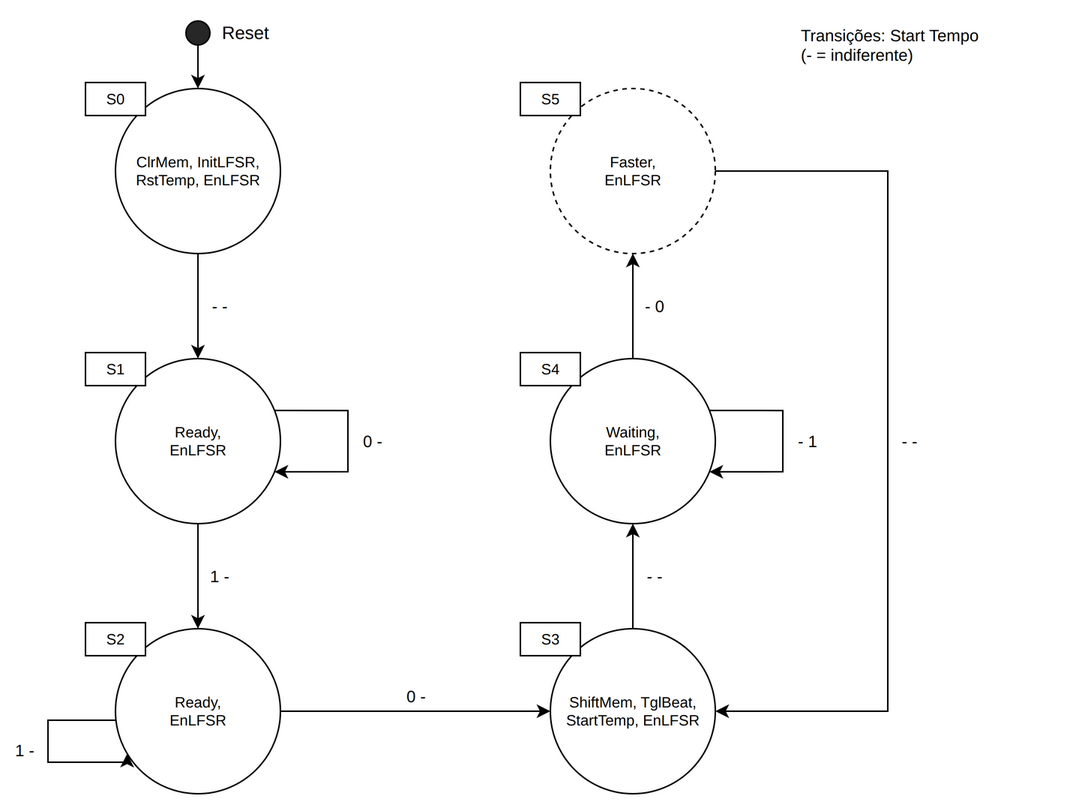
dieguscl/sd2 keeps this draw.io diagram as lab2/relatorio/figuras/diagrama_estados.png. Above is the earlier version. Source tidied: cells renumbered, new cells last; positions are measured from the earlier drawing's top-left corner, leaving out a move shared by most shapes.
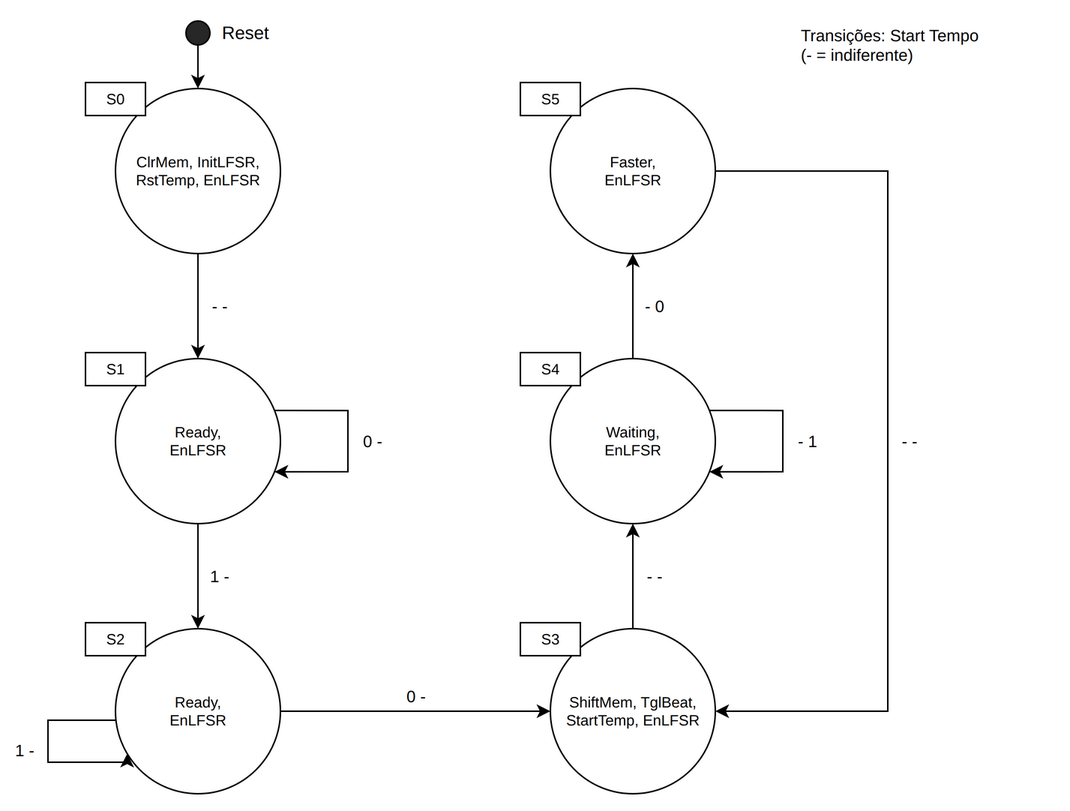
Above is the later version.

Commit message:
Lab2: S5 a cheio no fluxograma e no diagrama de estados

Change to the diagram source:
```diff
@@ -38,7 +38,7 @@
     <mxCell id="13" value="S4" style="rounded=0;whiteSpace=wrap;html=1;fontSize=10;" parent="1" vertex="1">
       <mxGeometry x="315" y="225" width="40" height="22" as="geometry" />
     </mxCell>
-    <mxCell id="14" value="Faster,&lt;br&gt;EnLFSR" style="ellipse;whiteSpace=wrap;html=1;fontSize=10;dashed=1;" parent="1" vertex="1">
+    <mxCell id="14" value="Faster,&lt;br&gt;EnLFSR" style="ellipse;whiteSpace=wrap;html=1;fontSize=10;" parent="1" vertex="1">
       <mxGeometry x="335" y="49" width="110" height="110" as="geometry" />
     </mxCell>
     <mxCell id="15" value="S5" style="rounded=0;whiteSpace=wrap;html=1;fontSize=10;" parent="1" vertex="1">
```
